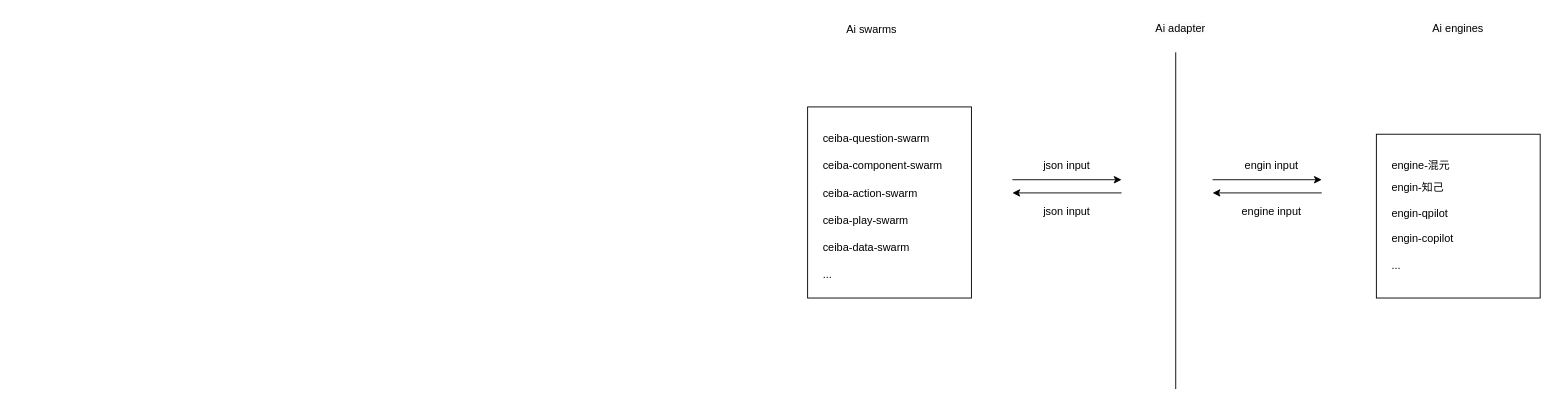
This is ceiba-ai.drawio from axtrur/resource, a draw.io file, before an edit. Source tidied: cells renumbered, new cells numbered last; positions are measured from the earlier drawing's top-left corner, leaving out a move shared by most shapes. Both pictures are drawn from the tidied source at 91%, with x=0, y=0 at pixel (807, 15).
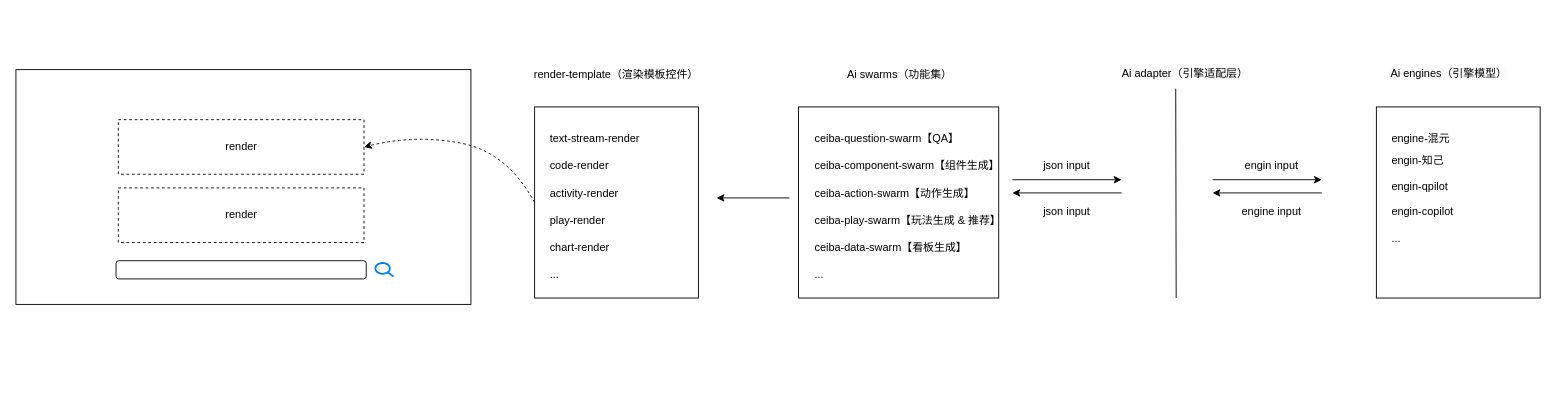
The same page after the edit.

Change to the diagram source:
```diff
@@
     <mxCell id="2" style="rounded=0;whiteSpace=wrap;html=1;" parent="1" vertex="1">
-      <mxGeometry y="100" width="180" height="210" as="geometry" />
+      <mxGeometry x="-10" y="100" width="220" height="210" as="geometry" />
     </mxCell>
     <mxCell id="3" style="endArrow=none;html=1;rounded=0;" parent="1" edge="1">
       <mxGeometry relative="1" as="geometry">
-        <mxPoint x="404.5" y="410" as="sourcePoint" />
-        <mxPoint x="404.5" y="40" as="targetPoint" />
+        <mxPoint x="405" y="310" as="sourcePoint" />
+        <mxPoint x="404.5" y="80" as="targetPoint" />
       </mxGeometry>
     </mxCell>
-    <mxCell id="4" value="Ai swarms" style="text;html=1;align=center;verticalAlign=middle;strokeColor=none;fillColor=none;" parent="1" vertex="1">
-      <mxGeometry x="30" width="80" height="30" as="geometry" />
+    <mxCell id="4" value="Ai swarms（功能集）" style="text;html=1;align=center;verticalAlign=middle;strokeColor=none;fillColor=none;" parent="1" vertex="1">
+      <mxGeometry x="31" y="50" width="140" height="30" as="geometry" />
     </mxCell>
-    <mxCell id="5" value="ceiba-component-swarm" style="text;html=1;align=left;verticalAlign=middle;strokeColor=none;fillColor=none;" parent="1" vertex="1">
-      <mxGeometry x="15" y="150" width="150" height="30" as="geometry" />
+    <mxCell id="5" value="ceiba-component-swarm【组件生成】" style="text;html=1;align=left;verticalAlign=middle;strokeColor=none;fillColor=none;" parent="1" vertex="1">
+      <mxGeometry x="6" y="150" width="230" height="30" as="geometry" />
     </mxCell>
-    <mxCell id="6" value="ceiba-question-swarm" style="text;html=1;align=left;verticalAlign=middle;strokeColor=none;fillColor=none;" parent="1" vertex="1">
-      <mxGeometry x="15" y="120" width="140" height="30" as="geometry" />
+    <mxCell id="6" value="ceiba-question-swarm【QA】" style="text;html=1;align=left;verticalAlign=middle;strokeColor=none;fillColor=none;" parent="1" vertex="1">
+      <mxGeometry x="6" y="120" width="180" height="30" as="geometry" />
     </mxCell>
-    <mxCell id="7" value="ceiba-action-swarm" style="text;html=1;align=left;verticalAlign=middle;strokeColor=none;fillColor=none;" parent="1" vertex="1">
-      <mxGeometry x="15" y="180" width="130" height="30" as="geometry" />
+    <mxCell id="7" value="ceiba-action-swarm【动作生成】" style="text;html=1;align=left;verticalAlign=middle;strokeColor=none;fillColor=none;" parent="1" vertex="1">
+      <mxGeometry x="6" y="180" width="200" height="30" as="geometry" />
     </mxCell>
-    <mxCell id="8" value="ceiba-play-swarm" style="text;html=1;align=left;verticalAlign=middle;strokeColor=none;fillColor=none;" parent="1" vertex="1">
-      <mxGeometry x="15" y="210" width="120" height="30" as="geometry" />
+    <mxCell id="8" value="ceiba-play-swarm【玩法生成 &amp;amp; 推荐】" style="text;html=1;align=left;verticalAlign=middle;strokeColor=none;fillColor=none;" parent="1" vertex="1">
+      <mxGeometry x="6" y="210" width="230" height="30" as="geometry" />
     </mxCell>
-    <mxCell id="9" value="ceiba-data-swarm" style="text;html=1;align=left;verticalAlign=middle;strokeColor=none;fillColor=none;" parent="1" vertex="1">
-      <mxGeometry x="15" y="240" width="120" height="30" as="geometry" />
+    <mxCell id="9" value="ceiba-data-swarm【看板生成】" style="text;html=1;align=left;verticalAlign=middle;strokeColor=none;fillColor=none;" parent="1" vertex="1">
+      <mxGeometry x="6" y="240" width="190" height="30" as="geometry" />
     </mxCell>
     <mxCell id="10" value="..." style="text;html=1;align=left;verticalAlign=middle;strokeColor=none;fillColor=none;" parent="1" vertex="1">
-      <mxGeometry x="15" y="270" width="30" height="30" as="geometry" />
+      <mxGeometry x="6" y="270" width="30" height="30" as="geometry" />
     </mxCell>
@@
     <mxCell id="19" style="rounded=0;whiteSpace=wrap;html=1;" parent="1" vertex="1">
-      <mxGeometry x="625" y="130" width="180" height="180" as="geometry" />
+      <mxGeometry x="625" y="100" width="180" height="210" as="geometry" />
     </mxCell>
     <mxCell id="20" value="engin-qpilot" style="text;html=1;align=left;verticalAlign=middle;strokeColor=none;fillColor=none;" parent="1" vertex="1">
-      <mxGeometry x="640" y="203" width="90" height="30" as="geometry" />
+      <mxGeometry x="640" y="173" width="90" height="30" as="geometry" />
     </mxCell>
     <mxCell id="21" value="engine-混元" style="text;html=1;align=left;verticalAlign=middle;strokeColor=none;fillColor=none;" parent="1" vertex="1">
-      <mxGeometry x="640" y="150" width="90" height="30" as="geometry" />
+      <mxGeometry x="640" y="120" width="90" height="30" as="geometry" />
     </mxCell>
     <mxCell id="22" value="engin-copilot" style="text;html=1;align=left;verticalAlign=middle;strokeColor=none;fillColor=none;" parent="1" vertex="1">
-      <mxGeometry x="640" y="230" width="90" height="30" as="geometry" />
+      <mxGeometry x="640" y="200" width="90" height="30" as="geometry" />
     </mxCell>
     <mxCell id="23" value="..." style="text;html=1;align=left;verticalAlign=middle;strokeColor=none;fillColor=none;" parent="1" vertex="1">
-      <mxGeometry x="640" y="260" width="30" height="30" as="geometry" />
+      <mxGeometry x="640" y="230" width="30" height="30" as="geometry" />
     </mxCell>
-    <mxCell id="24" value="&lt;span style=&quot;color: rgb(0, 0, 0); font-family: Helvetica; font-size: 12px; font-style: normal; font-variant-ligatures: normal; font-variant-caps: normal; font-weight: 400; letter-spacing: normal; orphans: 2; text-indent: 0px; text-transform: none; widows: 2; word-spacing: 0px; -webkit-text-stroke-width: 0px; white-space: normal; background-color: rgb(251, 251, 251); text-decoration-thickness: initial; text-decoration-style: initial; text-decoration-color: initial; float: none; display: inline !important;&quot;&gt;Ai adapter&lt;/span&gt;" style="text;whiteSpace=wrap;html=1;align=center;" parent="1" vertex="1">
-      <mxGeometry x="365" width="90" height="30" as="geometry" />
+    <mxCell id="24" value="&lt;span style=&quot;color: rgb(0, 0, 0); font-family: Helvetica; font-size: 12px; font-style: normal; font-variant-ligatures: normal; font-variant-caps: normal; font-weight: 400; letter-spacing: normal; orphans: 2; text-indent: 0px; text-transform: none; widows: 2; word-spacing: 0px; -webkit-text-stroke-width: 0px; white-space: normal; background-color: rgb(251, 251, 251); text-decoration-thickness: initial; text-decoration-style: initial; text-decoration-color: initial; float: none; display: inline !important;&quot;&gt;Ai adapter（引擎适配层）&lt;/span&gt;" style="text;whiteSpace=wrap;html=1;align=center;" parent="1" vertex="1">
+      <mxGeometry x="340" y="50" width="150" height="30" as="geometry" />
     </mxCell>
-    <mxCell id="25" value="&lt;span style=&quot;color: rgb(0, 0, 0); font-family: Helvetica; font-size: 12px; font-style: normal; font-variant-ligatures: normal; font-variant-caps: normal; font-weight: 400; letter-spacing: normal; orphans: 2; text-indent: 0px; text-transform: none; widows: 2; word-spacing: 0px; -webkit-text-stroke-width: 0px; white-space: normal; background-color: rgb(251, 251, 251); text-decoration-thickness: initial; text-decoration-style: initial; text-decoration-color: initial; float: none; display: inline !important;&quot;&gt;Ai engines&lt;/span&gt;" style="text;whiteSpace=wrap;html=1;align=center;" parent="1" vertex="1">
-      <mxGeometry x="670" width="90" height="30" as="geometry" />
+    <mxCell id="25" value="&lt;span style=&quot;color: rgb(0, 0, 0); font-family: Helvetica; font-size: 12px; font-style: normal; font-variant-ligatures: normal; font-variant-caps: normal; font-weight: 400; letter-spacing: normal; orphans: 2; text-indent: 0px; text-transform: none; widows: 2; word-spacing: 0px; -webkit-text-stroke-width: 0px; white-space: normal; background-color: rgb(251, 251, 251); text-decoration-thickness: initial; text-decoration-style: initial; text-decoration-color: initial; float: none; display: inline !important;&quot;&gt;Ai engines（引擎模型）&lt;/span&gt;" style="text;whiteSpace=wrap;html=1;align=center;" parent="1" vertex="1">
+      <mxGeometry x="625" y="50" width="160" height="30" as="geometry" />
     </mxCell>
     <mxCell id="26" value="engin-知己" style="text;html=1;align=left;verticalAlign=middle;strokeColor=none;fillColor=none;" parent="1" vertex="1">
-      <mxGeometry x="640" y="174" width="80" height="30" as="geometry" />
+      <mxGeometry x="640" y="144" width="80" height="30" as="geometry" />
     </mxCell>
+    <mxCell id="27" style="rounded=0;whiteSpace=wrap;html=1;" parent="1" vertex="1">
+      <mxGeometry x="-870" y="59" width="500" height="258" as="geometry" />
+    </mxCell>
+    <mxCell id="28" style="rounded=1;whiteSpace=wrap;html=1;rotation=0;" parent="1" vertex="1">
+      <mxGeometry x="-760" y="269" width="275" height="20" as="geometry" />
+    </mxCell>
+    <mxCell id="29" style="html=1;verticalLabelPosition=bottom;align=center;labelBackgroundColor=#ffffff;verticalAlign=top;strokeWidth=2;strokeColor=#0080F0;shadow=0;dashed=0;shape=mxgraph.ios7.icons.looking_glass;" parent="1" vertex="1">
+      <mxGeometry x="-475" y="271.5" width="20" height="15" as="geometry" />
+    </mxCell>
+    <mxCell id="30" value="render-template（渲染模板控件）" style="text;html=1;align=center;verticalAlign=middle;whiteSpace=wrap;rounded=0;" parent="1" vertex="1">
+      <mxGeometry x="-315" y="50" width="210" height="30" as="geometry" />
+    </mxCell>
+    <mxCell id="31" style="rounded=0;whiteSpace=wrap;html=1;" parent="1" vertex="1">
+      <mxGeometry x="-300" y="100" width="180" height="210" as="geometry" />
+    </mxCell>
+    <mxCell id="32" value="code-render" style="text;html=1;align=left;verticalAlign=middle;strokeColor=none;fillColor=none;" parent="1" vertex="1">
+      <mxGeometry x="-285" y="150" width="90" height="30" as="geometry" />
+    </mxCell>
+    <mxCell id="33" value="text-stream-render" style="text;html=1;align=left;verticalAlign=middle;strokeColor=none;fillColor=none;" parent="1" vertex="1">
+      <mxGeometry x="-285" y="120" width="120" height="30" as="geometry" />
+    </mxCell>
+    <mxCell id="34" value="activity-render" style="text;html=1;align=left;verticalAlign=middle;strokeColor=none;fillColor=none;" parent="1" vertex="1">
+      <mxGeometry x="-285" y="180" width="100" height="30" as="geometry" />
+    </mxCell>
+    <mxCell id="35" value="play-render" style="text;html=1;align=left;verticalAlign=middle;strokeColor=none;fillColor=none;" parent="1" vertex="1">
+      <mxGeometry x="-285" y="210" width="80" height="30" as="geometry" />
+    </mxCell>
+    <mxCell id="36" value="chart-render" style="text;html=1;align=left;verticalAlign=middle;strokeColor=none;fillColor=none;" parent="1" vertex="1">
+      <mxGeometry x="-285" y="240" width="90" height="30" as="geometry" />
+    </mxCell>
+    <mxCell id="37" value="..." style="text;html=1;align=left;verticalAlign=middle;strokeColor=none;fillColor=none;" parent="1" vertex="1">
+      <mxGeometry x="-285" y="270" width="30" height="30" as="geometry" />
+    </mxCell>
+    <mxCell id="38" style="endArrow=classic;html=1;rounded=0;" parent="1" edge="1">
+      <mxGeometry relative="1" as="geometry">
+        <mxPoint x="-20" y="200" as="sourcePoint" />
+        <mxPoint x="-100" y="200" as="targetPoint" />
+      </mxGeometry>
+    </mxCell>
+    <mxCell id="39" value="render" style="rounded=0;whiteSpace=wrap;html=1;dashed=1;" parent="1" vertex="1">
+      <mxGeometry x="-757.5" y="114" width="270" height="60" as="geometry" />
+    </mxCell>
+    <mxCell id="40" value="render" style="rounded=0;whiteSpace=wrap;html=1;dashed=1;" parent="1" vertex="1">
+      <mxGeometry x="-757.5" y="189" width="270" height="60" as="geometry" />
+    </mxCell>
+    <mxCell id="41" style="curved=1;endArrow=classic;html=1;rounded=0;exitX=0;exitY=0.5;exitDx=0;exitDy=0;entryX=1;entryY=0.5;entryDx=0;entryDy=0;dashed=1;" parent="1" edge="1" source="31" target="39">
+      <mxGeometry relative="1" as="geometry">
+        <Array as="points">
+          <mxPoint x="-330" y="150" />
+          <mxPoint x="-430" y="130" />
+        </Array>
+      </mxGeometry>
+    </mxCell>
```
